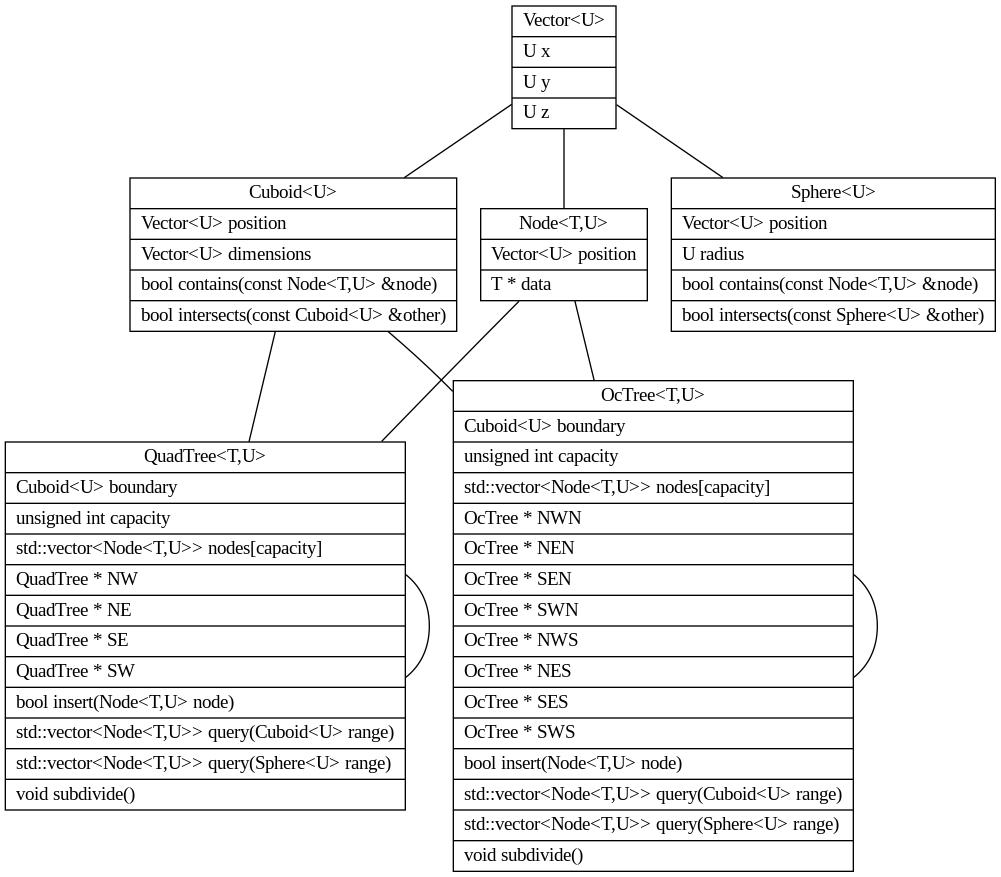
Earlier version of the Graphviz export doc/classes.dot.png (pvorselaars/spatial-tree). Its source is kept beside it as doc/classes.dot.
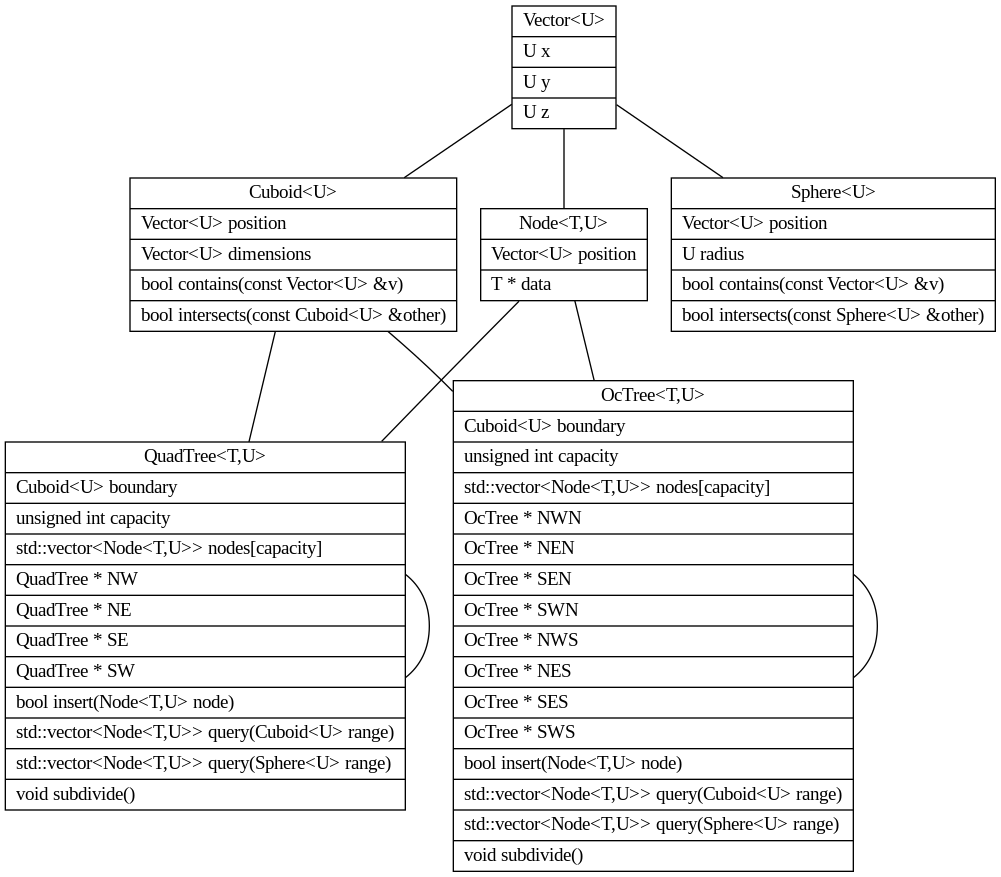
Later version of the same file.

Commit message:
Fixed class diagram.

Change to the diagram source:
```diff
@@ -15,13 +15,13 @@
 	Sphere [label="{Sphere\<U\>|
 			Vector\<U\> position\l|
 			U radius\l|
-			bool contains(const Node\<T,U\> &node)\l|
+			bool contains(const Vector\<U\> &v)\l|
 			bool intersects(const Sphere\<U\> &other)\l}"]
 
 	Cuboid [label="{Cuboid\<U\>|
 			Vector\<U\> position\l|
 			Vector\<U\> dimensions\l|
-			bool contains(const Node\<T,U\> &node)\l|
+			bool contains(const Vector\<U\> &v)\l|
 			bool intersects(const Cuboid\<U\> &other)\l}"]
 
 	QuadTree [label="{QuadTree\<T,U\>|
```
